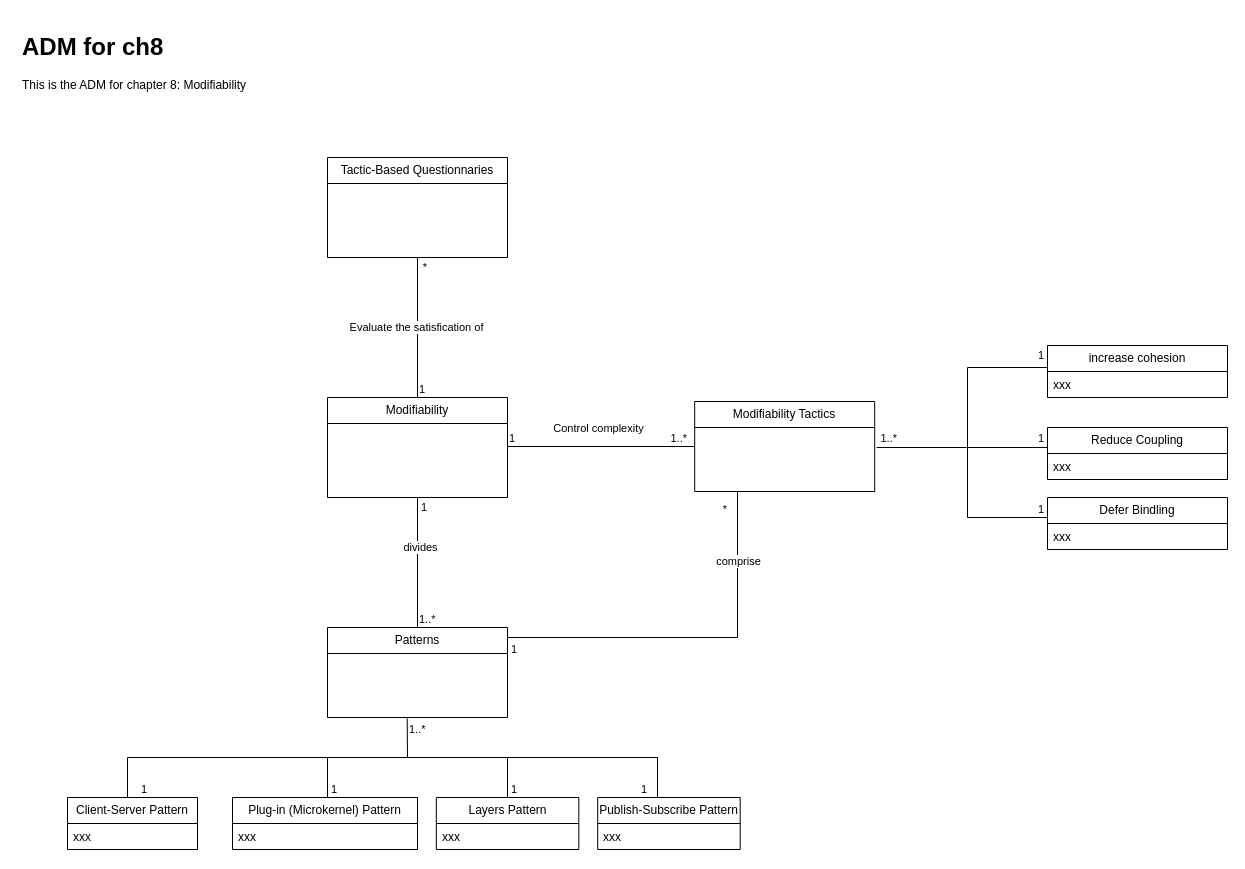
dhruwanga19/4471_Group14_ProjectDocumentation keeps this draw.io diagram as Documentation/DomainModel/ch9.drawio. Above is the earlier version. Source tidied: cells renumbered, new cells numbered last; positions are measured from the earlier drawing's top-left corner, leaving out a move shared by most shapes. Both pictures are drawn from the tidied source at 100%, with x=0, y=0 at pixel (17, 27).
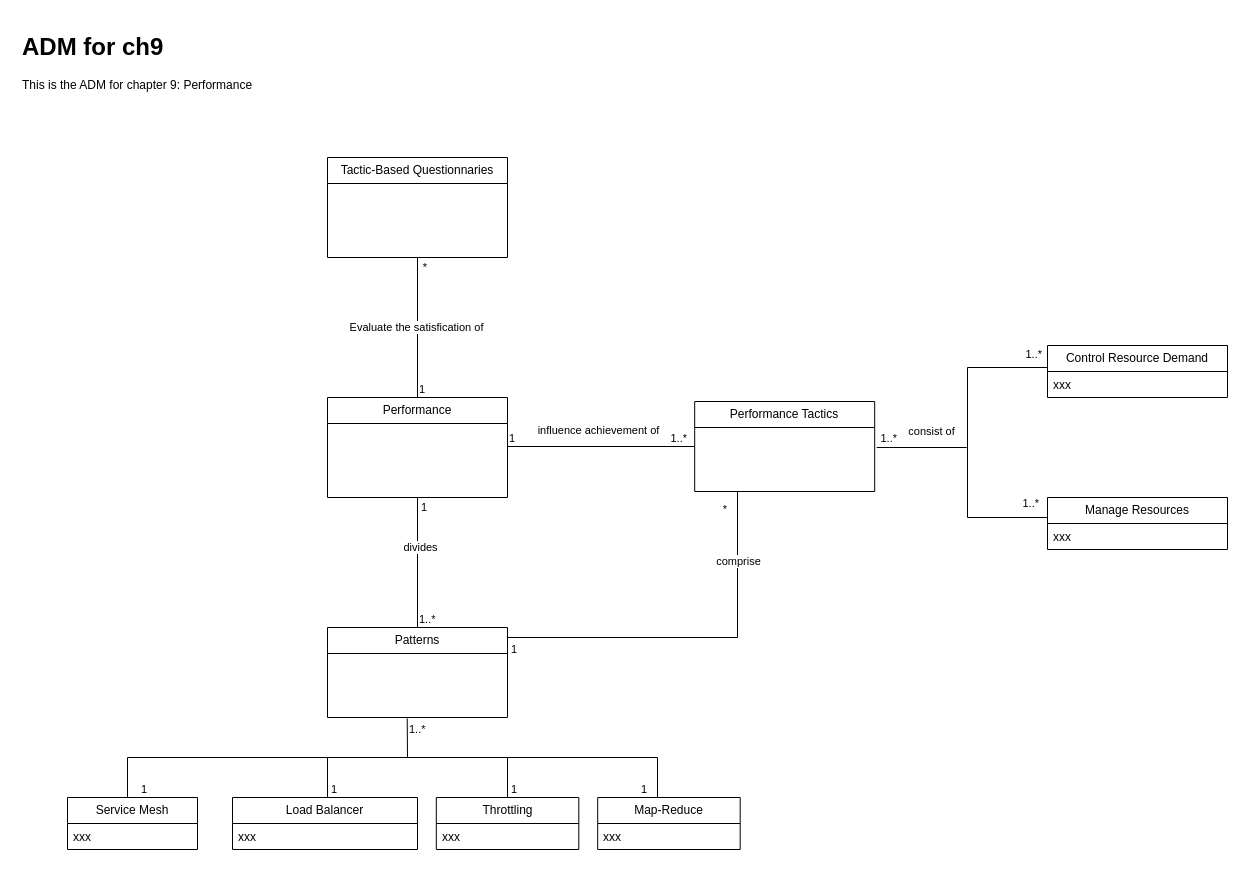
After the change.

Diff of the diagram source:
```diff
@@
-    <mxCell id="2" value="&lt;h1&gt;ADM for ch8&lt;/h1&gt;&lt;p&gt;This is the ADM for chapter 8: Modifiability&lt;/p&gt;" style="text;html=1;strokeColor=none;fillColor=none;spacing=5;spacingTop=-20;whiteSpace=wrap;overflow=hidden;rounded=0;" parent="1" vertex="1">
+    <mxCell id="2" value="&lt;h1&gt;ADM for ch9&lt;/h1&gt;&lt;p&gt;This is the ADM for chapter 9: Performance&lt;/p&gt;" style="text;html=1;strokeColor=none;fillColor=none;spacing=5;spacingTop=-20;whiteSpace=wrap;overflow=hidden;rounded=0;" parent="1" vertex="1">
       <mxGeometry width="247" height="120" as="geometry" />
     </mxCell>
-    <mxCell id="3" value="Modifiability" style="swimlane;fontStyle=0;horizontal=1;startSize=26;fillColor=none;whiteSpace=wrap;html=1;" parent="1" vertex="1">
+    <mxCell id="3" value="Performance" style="swimlane;fontStyle=0;horizontal=1;startSize=26;fillColor=none;whiteSpace=wrap;html=1;" parent="1" vertex="1">
       <mxGeometry x="310" y="370" width="180" height="100" as="geometry" />
     </mxCell>
@@
-    <mxCell id="14" value="Modifiability Tactics" style="swimlane;fontStyle=0;horizontal=1;startSize=26;fillColor=none;whiteSpace=wrap;html=1;" parent="1" vertex="1">
+    <mxCell id="14" value="Performance Tactics" style="swimlane;fontStyle=0;horizontal=1;startSize=26;fillColor=none;whiteSpace=wrap;html=1;" parent="1" vertex="1">
       <mxGeometry x="677.2" y="374" width="180" height="90" as="geometry" />
     </mxCell>
@@
-    <mxCell id="18" value="Control complexity" style="edgeLabel;html=1;align=center;verticalAlign=middle;" parent="1" vertex="1">
-      <mxGeometry x="580.2" y="400" as="geometry" />
-    </mxCell>
@@
-    <mxCell id="22" value="increase cohesion" style="swimlane;fontStyle=0;horizontal=1;startSize=26;fillColor=none;whiteSpace=wrap;html=1;" parent="1" vertex="1">
+    <mxCell id="22" value="Control Resource Demand" style="swimlane;fontStyle=0;horizontal=1;startSize=26;fillColor=none;whiteSpace=wrap;html=1;" parent="1" vertex="1">
       <mxGeometry x="1030" y="318" width="180" height="52" as="geometry" />
     </mxCell>
@@
-    <mxCell id="24" style="endArrow=none;html=1;rounded=0;" parent="1" edge="1">
-      <mxGeometry relative="1" as="geometry">
-        <mxPoint x="950" y="420" as="sourcePoint" />
-        <mxPoint x="1030" y="420" as="targetPoint" />
-      </mxGeometry>
-    </mxCell>
-    <mxCell id="25" value="Reduce Coupling" style="swimlane;fontStyle=0;horizontal=1;startSize=26;fillColor=none;whiteSpace=wrap;html=1;" parent="1" vertex="1">
-      <mxGeometry x="1030" y="400" width="180" height="52" as="geometry" />
-    </mxCell>
-    <mxCell id="26" value="xxx" style="text;strokeColor=none;fillColor=none;align=left;verticalAlign=top;spacingLeft=4;spacingRight=4;overflow=hidden;whiteSpace=wrap;html=1;" parent="25" vertex="1">
-      <mxGeometry y="26" width="180" height="26" as="geometry" />
-    </mxCell>
@@
-    <mxCell id="28" value="Defer Bindling" style="swimlane;fontStyle=0;horizontal=1;startSize=26;fillColor=none;whiteSpace=wrap;html=1;" parent="1" vertex="1">
+    <mxCell id="28" value="Manage Resources" style="swimlane;fontStyle=0;horizontal=1;startSize=26;fillColor=none;whiteSpace=wrap;html=1;" parent="1" vertex="1">
       <mxGeometry x="1030" y="470" width="180" height="52" as="geometry" />
     </mxCell>
@@
-    <mxCell id="36" value="1" style="edgeLabel;html=1;align=left;verticalAlign=bottom;" parent="1" vertex="1">
-      <mxGeometry x="1019" y="336" as="geometry" />
-    </mxCell>
-    <mxCell id="37" value="1" style="edgeLabel;html=1;align=left;verticalAlign=bottom;" parent="1" vertex="1">
-      <mxGeometry x="1019" y="419" as="geometry" />
-    </mxCell>
-    <mxCell id="38" value="1" style="edgeLabel;html=1;align=left;verticalAlign=bottom;" parent="1" vertex="1">
-      <mxGeometry x="1019" y="490" as="geometry" />
-    </mxCell>
@@
-    <mxCell id="46" value="Client-Server Pattern" style="swimlane;fontStyle=0;horizontal=1;startSize=26;fillColor=none;whiteSpace=wrap;html=1;" parent="1" vertex="1">
+    <mxCell id="46" value="Service Mesh" style="swimlane;fontStyle=0;horizontal=1;startSize=26;fillColor=none;whiteSpace=wrap;html=1;" parent="1" vertex="1">
       <mxGeometry x="50" y="770" width="130" height="52" as="geometry" />
     </mxCell>
@@
-    <mxCell id="48" value="Plug-in (Microkernel) Pattern" style="swimlane;fontStyle=0;horizontal=1;startSize=26;fillColor=none;whiteSpace=wrap;html=1;" parent="1" vertex="1">
+    <mxCell id="48" value="Load Balancer" style="swimlane;fontStyle=0;horizontal=1;startSize=26;fillColor=none;whiteSpace=wrap;html=1;" parent="1" vertex="1">
       <mxGeometry x="215" y="770" width="185" height="52" as="geometry" />
     </mxCell>
@@
-    <mxCell id="52" value="Layers Pattern" style="swimlane;fontStyle=0;horizontal=1;startSize=26;fillColor=none;whiteSpace=wrap;html=1;" parent="1" vertex="1">
+    <mxCell id="52" value="Throttling" style="swimlane;fontStyle=0;horizontal=1;startSize=26;fillColor=none;whiteSpace=wrap;html=1;" parent="1" vertex="1">
       <mxGeometry x="418.8" y="770" width="142.5" height="52" as="geometry" />
     </mxCell>
@@
-    <mxCell id="54" value="Publish-Subscribe Pattern" style="swimlane;fontStyle=0;horizontal=1;startSize=26;fillColor=none;whiteSpace=wrap;html=1;" parent="1" vertex="1">
+    <mxCell id="54" value="Map-Reduce" style="swimlane;fontStyle=0;horizontal=1;startSize=26;fillColor=none;whiteSpace=wrap;html=1;" parent="1" vertex="1">
       <mxGeometry x="580.2" y="770" width="142.5" height="52" as="geometry" />
     </mxCell>
@@
+    <mxCell id="58" value="1..*" style="edgeLabel;html=1;align=right;verticalAlign=bottom;" parent="1" vertex="1">
+      <mxGeometry x="1025" y="335" as="geometry" />
+    </mxCell>
+    <mxCell id="59" value="1..*" style="edgeLabel;html=1;align=right;verticalAlign=bottom;" parent="1" vertex="1">
+      <mxGeometry x="1022" y="484" as="geometry" />
+    </mxCell>
+    <mxCell id="60" value="influence achievement of" style="edgeLabel;html=1;align=center;verticalAlign=middle;" parent="1" vertex="1">
+      <mxGeometry x="580.2" y="402" as="geometry" />
+    </mxCell>
+    <mxCell id="61" value="consist of" style="edgeLabel;html=1;align=center;verticalAlign=middle;" parent="1" vertex="1">
+      <mxGeometry x="944" y="345" as="geometry">
+        <mxPoint x="-31" y="58" as="offset" />
+      </mxGeometry>
+    </mxCell>
```
